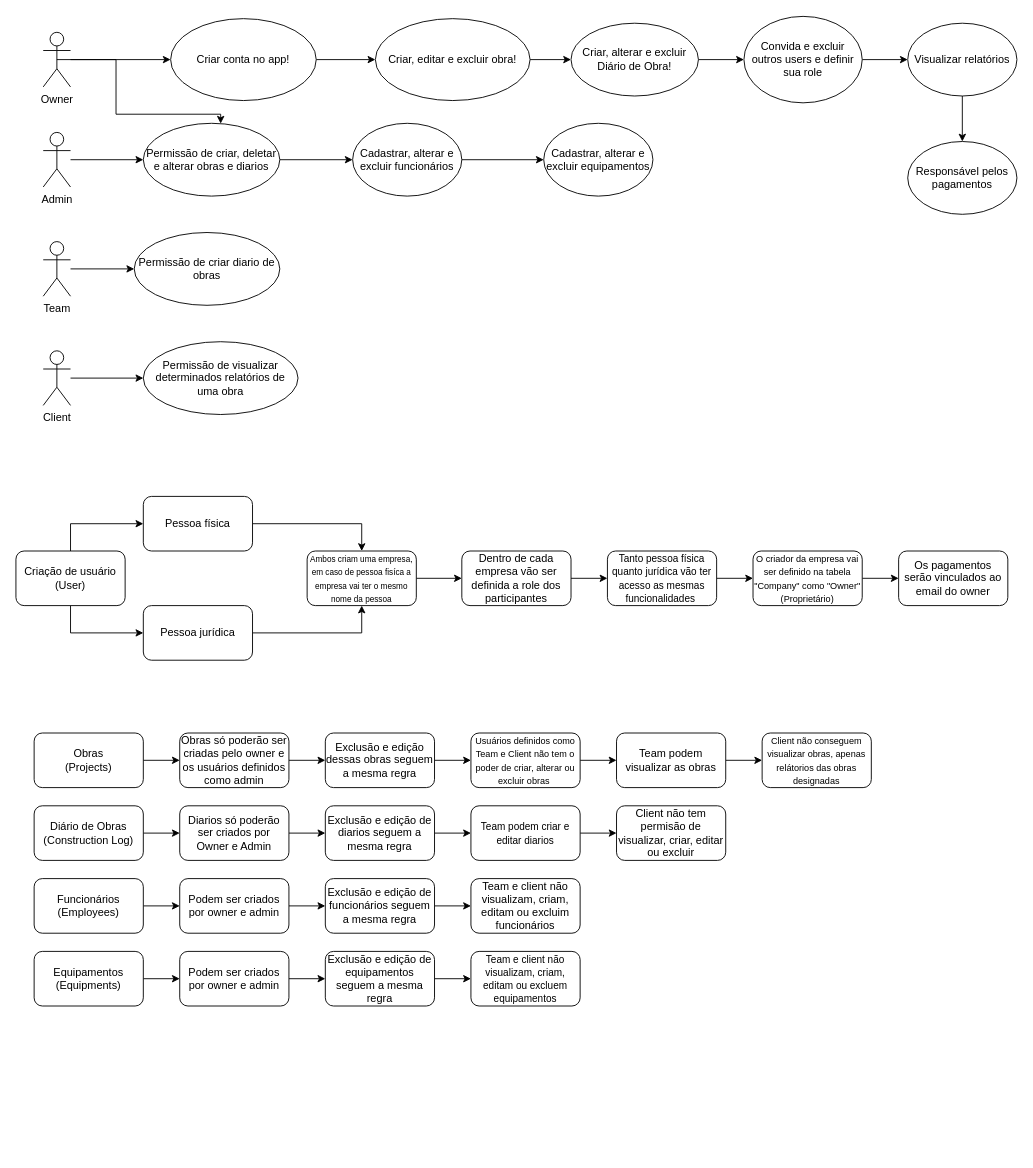
The draw.io diagram Diagrama sem nome.drawio in ArthusBenazio/Jogo_Mario, before the edit. Source tidied: cells renumbered, new cells numbered last; positions are measured from the earlier drawing's top-left corner, leaving out a move shared by most shapes. Both pictures are drawn from the tidied source at 91%, with x=0, y=0 at pixel (15, 15).
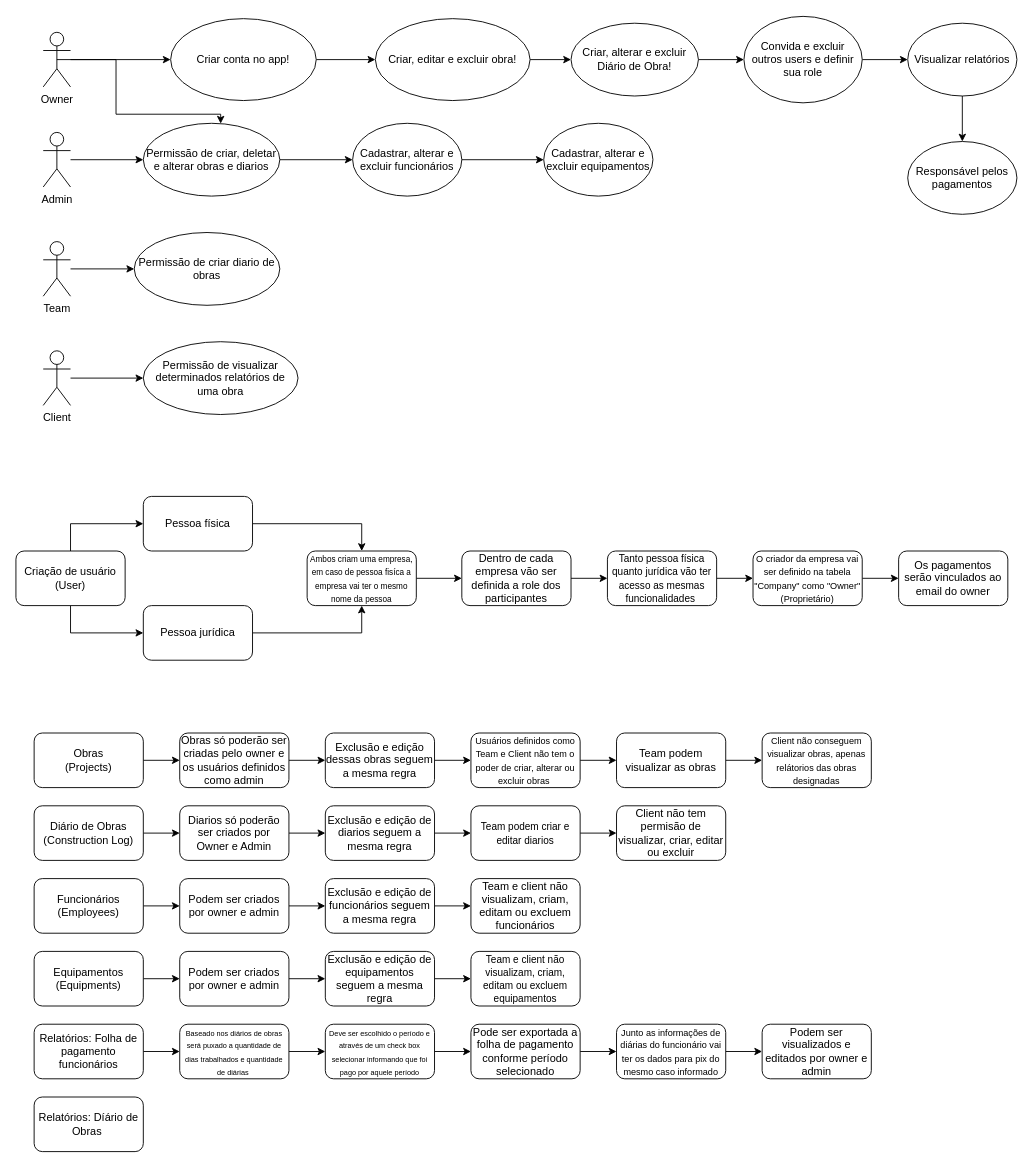
Above is the later version.

What changed in the source:
```diff
@@
-    <mxCell id="71" value="Team e client não visualizam, criam, editam ou excluim funcionários" style="rounded=1;whiteSpace=wrap;html=1;" parent="1" vertex="1">
+    <mxCell id="71" value="Team e client não visualizam, criam, editam ou excluem funcionários" style="rounded=1;whiteSpace=wrap;html=1;" parent="1" vertex="1">
       <mxGeometry x="500" y="948" width="120" height="60" as="geometry" />
     </mxCell>
@@
+    <mxCell id="79" style="edgeStyle=orthogonalEdgeStyle;rounded=0;jettySize=auto;html=1;" parent="1" edge="1" source="80" target="82">
+      <mxGeometry relative="1" as="geometry" />
+    </mxCell>
+    <mxCell id="80" value="Relatórios: Folha de pagamento funcionários" style="rounded=1;whiteSpace=wrap;html=1;" parent="1" vertex="1">
+      <mxGeometry x="20" y="1108" width="120" height="60" as="geometry" />
+    </mxCell>
+    <mxCell id="81" style="edgeStyle=orthogonalEdgeStyle;rounded=0;jettySize=auto;html=1;" parent="1" edge="1" source="82" target="84">
+      <mxGeometry relative="1" as="geometry" />
+    </mxCell>
+    <mxCell id="82" value="&lt;font style=&quot;font-size: 8px;&quot;&gt;Baseado nos diários de obras será puxado a quantidade de dias trabalhados e quantidade de diárias&amp;nbsp;&lt;/font&gt;" style="rounded=1;whiteSpace=wrap;html=1;" parent="1" vertex="1">
+      <mxGeometry x="180" y="1108" width="120" height="60" as="geometry" />
+    </mxCell>
+    <mxCell id="83" style="edgeStyle=orthogonalEdgeStyle;rounded=0;jettySize=auto;html=1;" parent="1" edge="1" source="84" target="90">
+      <mxGeometry relative="1" as="geometry" />
+    </mxCell>
+    <mxCell id="84" value="&lt;font style=&quot;font-size: 8px;&quot;&gt;Deve ser escolhido o período e através de um check box selecionar informando que foi pago por aquele período&lt;/font&gt;" style="rounded=1;whiteSpace=wrap;html=1;" parent="1" vertex="1">
+      <mxGeometry x="340" y="1108" width="120" height="60" as="geometry" />
+    </mxCell>
+    <mxCell id="85" style="edgeStyle=orthogonalEdgeStyle;rounded=0;jettySize=auto;html=1;" parent="1" edge="1" source="86" target="88">
+      <mxGeometry relative="1" as="geometry" />
+    </mxCell>
+    <mxCell id="86" value="&lt;font style=&quot;font-size: 10px;&quot;&gt;Junto as informações de diárias do funcionário vai ter os dados para pix do mesmo caso informado&lt;/font&gt;" style="rounded=1;whiteSpace=wrap;html=1;" parent="1" vertex="1">
+      <mxGeometry x="660" y="1108" width="120" height="60" as="geometry" />
+    </mxCell>
+    <mxCell id="87" value="Relatórios: Díário de Obras&amp;nbsp;" style="rounded=1;whiteSpace=wrap;html=1;" parent="1" vertex="1">
+      <mxGeometry x="20" y="1188" width="120" height="60" as="geometry" />
+    </mxCell>
+    <mxCell id="88" value="Podem ser visualizados e editados por owner e admin" style="rounded=1;whiteSpace=wrap;html=1;" parent="1" vertex="1">
+      <mxGeometry x="820" y="1108" width="120" height="60" as="geometry" />
+    </mxCell>
+    <mxCell id="89" style="edgeStyle=orthogonalEdgeStyle;rounded=0;jettySize=auto;html=1;" parent="1" edge="1" source="90" target="86">
+      <mxGeometry relative="1" as="geometry" />
+    </mxCell>
+    <mxCell id="90" value="Pode ser exportada a folha de pagamento conforme período selecionado" style="rounded=1;whiteSpace=wrap;html=1;" parent="1" vertex="1">
+      <mxGeometry x="500" y="1108" width="120" height="60" as="geometry" />
+    </mxCell>
```
